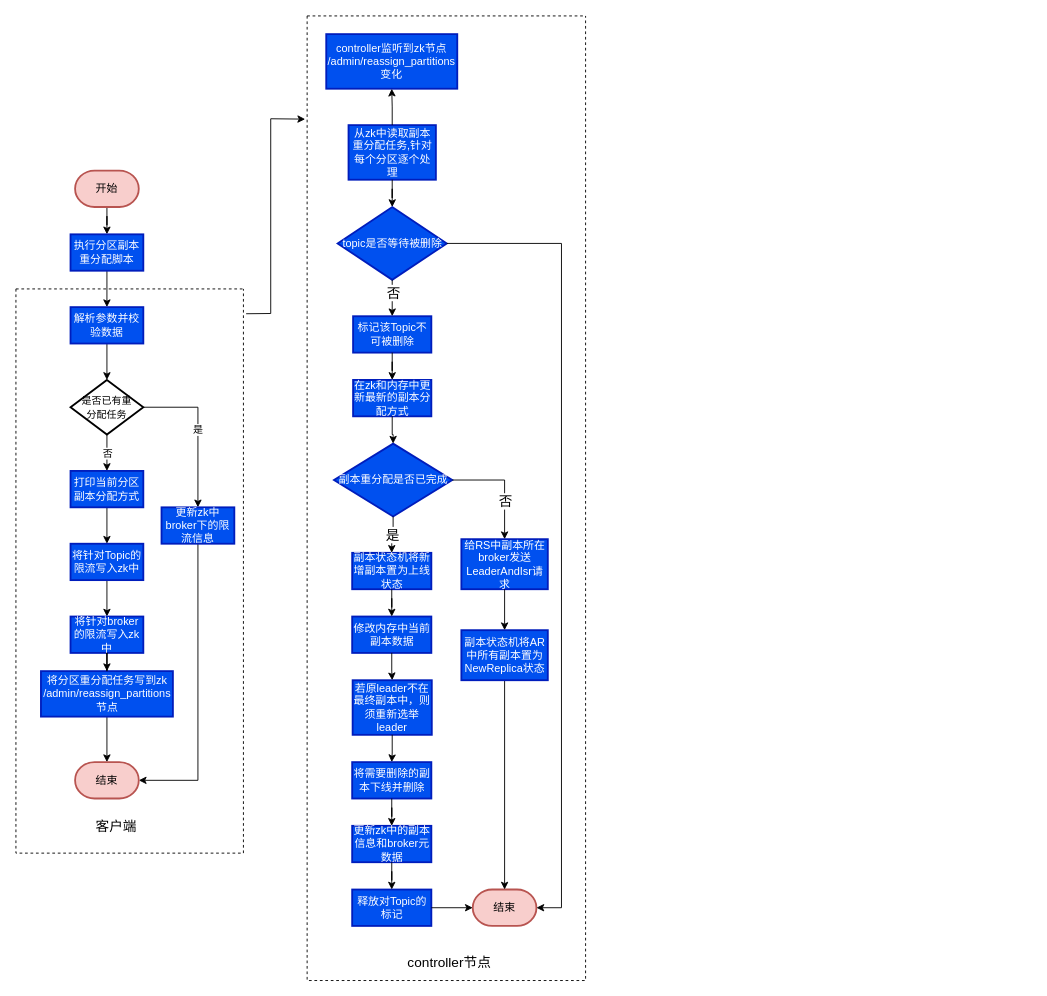
kingdomrushing/hello-world keeps this draw.io diagram as Kafka副本重分配流程图.drawio. Above is the earlier version. Source tidied: cells renumbered, new cells numbered last; positions are measured from the earlier drawing's top-left corner, leaving out a move shared by most shapes. Both pictures are drawn from the tidied source at 91%, with x=0, y=0 at pixel (15, 15).
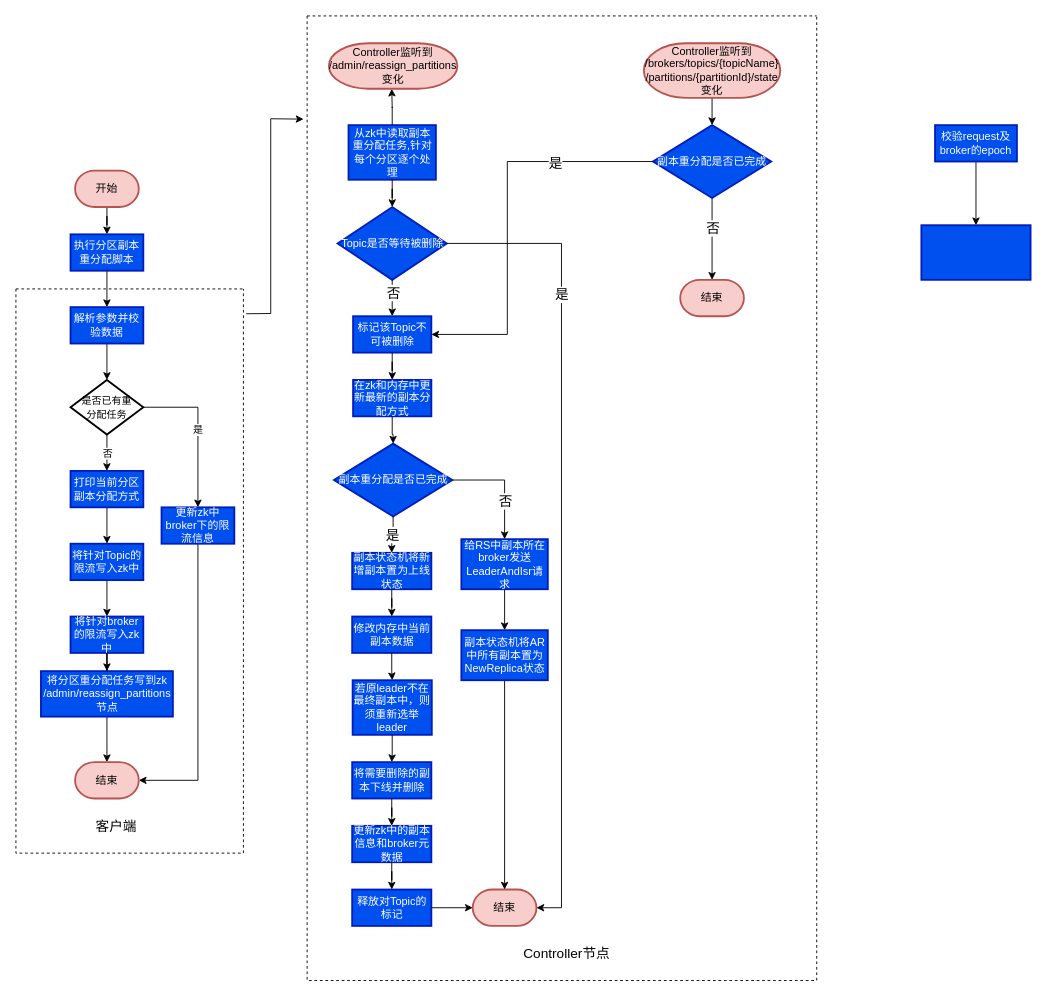
The same page after the edit.

Commit message:
更新Kafka副本重分配流程图.drawio

The change refers to these unchanged cells:
```xml
<mxCell id="27" style="group;" parent="26" vertex="1">
  <mxGeometry x="21" y="20" width="258.5" height="980" as="geometry" />
</mxCell>
<mxCell id="28" value="从zk中读取副本重分配任务,针对每个分区逐个处理" style="whiteSpace=wrap;html=1;fillColor=#0050ef;strokeColor=#001DBC;strokeWidth=2;fontColor=#ffffff;" parent="27" vertex="1">
  <mxGeometry x="24.5" y="100" width="96" height="60" as="geometry" />
</mxCell>
<mxCell id="31" value="标记该Topic不可被删除" style="whiteSpace=wrap;html=1;fillColor=#0050ef;strokeColor=#001DBC;fontColor=#ffffff;strokeWidth=2;" parent="27" vertex="1">
  <mxGeometry x="29.5" y="310" width="86" height="40" as="geometry" />
</mxCell>
<mxCell id="51" style="edgeStyle=orthogonalEdgeStyle;rounded=0;jettySize=auto;html=1;fontSize=15;entryX=1;entryY=0.5;entryDx=0;entryDy=0;entryPerimeter=0;" parent="27" edge="1" source="29" target="50">
  <mxGeometry relative="1" as="geometry">
    <Array as="points">
      <mxPoint x="258.5" y="230" />
      <mxPoint x="258.5" y="960" />
    </Array>
  </mxGeometry>
</mxCell>
```

Diff of the diagram source:
```diff
@@
     <mxCell id="26" style="group;" parent="1" vertex="1">
-      <mxGeometry x="320" width="306" height="1060" as="geometry" />
+      <mxGeometry x="320" width="620" height="1060" as="geometry" />
     </mxCell>
@@
-    <mxCell id="29" value="topic是否等待被删除" style="rhombus;whiteSpace=wrap;html=1;fillColor=#0050ef;strokeColor=#001DBC;fontColor=#ffffff;strokeWidth=2;" parent="27" vertex="1">
+    <mxCell id="29" value="Topic是否等待被删除" style="rhombus;whiteSpace=wrap;html=1;fillColor=#0050ef;strokeColor=#001DBC;fontColor=#ffffff;strokeWidth=2;" parent="27" vertex="1">
       <mxGeometry x="12.5" y="190" width="120" height="80" as="geometry" />
     </mxCell>
@@
+    <mxCell id="64" value="是" style="edgeLabel;html=1;align=center;verticalAlign=middle;fontSize=15;" parent="51" vertex="1">
+      <mxGeometry x="-0.59" y="2" relative="1" as="geometry">
+        <mxPoint x="-2" as="offset" />
+      </mxGeometry>
+    </mxCell>
@@
-    <mxCell id="59" value="controller监听到zk节点&lt;br&gt;/admin/reassign_partitions&lt;br&gt;变化" style="whiteSpace=wrap;html=1;fillColor=#0050ef;strokeColor=#001DBC;strokeWidth=2;fontColor=#ffffff;" parent="27" vertex="1">
-      <mxGeometry width="144" height="60" as="geometry" />
-    </mxCell>
-    <mxCell id="60" style="edgeStyle=orthogonalEdgeStyle;rounded=0;jettySize=auto;html=1;fontSize=15;" parent="27" edge="1" source="28" target="59">
-      <mxGeometry relative="1" as="geometry" />
+    <mxCell id="60" style="edgeStyle=orthogonalEdgeStyle;rounded=0;jettySize=auto;html=1;fontSize=15;" parent="27" edge="1" source="28">
+      <mxGeometry relative="1" as="geometry">
+        <mxPoint x="72" y="60" as="targetPoint" />
+      </mxGeometry>
     </mxCell>
+    <mxCell id="65" value="Controller监听到&lt;br&gt;/admin/reassign_partitions变化" style="strokeWidth=2;html=1;shape=mxgraph.flowchart.terminator;whiteSpace=wrap;fillColor=#f8cecc;strokeColor=#b85450;" parent="27" vertex="1">
+      <mxGeometry x="2.9" y="10" width="141.2" height="50" as="geometry" />
+    </mxCell>
     <mxCell id="61" style="swimlane;startSize=0;dashed=1;fontSize=15;fillColor=#007FFF;" parent="26" vertex="1">
-      <mxGeometry width="306" height="1060" as="geometry" />
+      <mxGeometry width="560" height="1060" as="geometry" />
     </mxCell>
+    <mxCell id="66" style="edgeStyle=orthogonalEdgeStyle;rounded=0;jettySize=auto;html=1;fontSize=15;" parent="61" edge="1" source="67">
+      <mxGeometry relative="1" as="geometry">
+        <mxPoint x="445" y="120" as="targetPoint" />
+      </mxGeometry>
+    </mxCell>
+    <mxCell id="67" value="Controller监听到&lt;br&gt;/brokers/topics/{topicName}&lt;br&gt;/partitions/{partitionId}/state变化" style="strokeWidth=2;html=1;shape=mxgraph.flowchart.terminator;whiteSpace=wrap;fillColor=#f8cecc;strokeColor=#b85450;" parent="61" vertex="1">
+      <mxGeometry x="370" y="30" width="150" height="60" as="geometry" />
+    </mxCell>
+    <mxCell id="68" style="edgeStyle=orthogonalEdgeStyle;rounded=0;jettySize=auto;html=1;fontSize=15;" parent="61" edge="1" source="70">
+      <mxGeometry relative="1" as="geometry">
+        <mxPoint x="445" y="290" as="targetPoint" />
+      </mxGeometry>
+    </mxCell>
+    <mxCell id="69" value="否" style="edgeLabel;html=1;align=center;verticalAlign=middle;fontSize=15;" parent="68" vertex="1">
+      <mxGeometry x="-0.29" relative="1" as="geometry" />
+    </mxCell>
+    <mxCell id="70" value="副本重分配是否已完成" style="rhombus;whiteSpace=wrap;html=1;fillColor=#0050ef;strokeColor=#001DBC;fontColor=#ffffff;strokeWidth=2;" parent="61" vertex="1">
+      <mxGeometry x="380" y="120" width="130" height="80" as="geometry" />
+    </mxCell>
+    <mxCell id="71" value="结束" style="strokeWidth=2;html=1;shape=mxgraph.flowchart.terminator;whiteSpace=wrap;fillColor=#f8cecc;strokeColor=#b85450;" parent="61" vertex="1">
+      <mxGeometry x="410" y="290" width="70" height="40" as="geometry" />
+    </mxCell>
-    <mxCell id="62" value="controller节点" style="text;html=1;align=center;verticalAlign=middle;strokeColor=none;fillColor=none;fontSize=15;" parent="26" vertex="1">
-      <mxGeometry x="101" y="1030" width="110" height="20" as="geometry" />
+    <mxCell id="62" value="Controller节点" style="text;html=1;align=center;verticalAlign=middle;strokeColor=none;fillColor=none;fontSize=15;" parent="61" vertex="1">
+      <mxGeometry x="230" y="1020" width="110" height="20" as="geometry" />
     </mxCell>
+    <mxCell id="72" style="edgeStyle=orthogonalEdgeStyle;rounded=0;jettySize=auto;html=1;fontSize=15;entryX=1;entryY=0.5;entryDx=0;entryDy=0;" parent="26" edge="1" source="70" target="31">
+      <mxGeometry relative="1" as="geometry">
+        <Array as="points">
+          <mxPoint x="220" y="160" />
+          <mxPoint x="220" y="350" />
+        </Array>
+      </mxGeometry>
+    </mxCell>
+    <mxCell id="73" value="是" style="edgeLabel;html=1;align=center;verticalAlign=middle;fontSize=15;" parent="72" vertex="1">
+      <mxGeometry x="-0.5" y="1" relative="1" as="geometry" />
+    </mxCell>
@@
+    <mxCell id="74" style="edgeStyle=orthogonalEdgeStyle;rounded=0;jettySize=auto;html=1;fontSize=15;" parent="1" edge="1" source="75" target="76">
+      <mxGeometry relative="1" as="geometry" />
+    </mxCell>
+    <mxCell id="75" value="校验request及broker的epoch" style="whiteSpace=wrap;html=1;fillColor=#0050ef;strokeColor=#001DBC;strokeWidth=2;fontColor=#ffffff;" parent="1" vertex="1">
+      <mxGeometry x="1010" y="120" width="90" height="40" as="geometry" />
+    </mxCell>
+    <mxCell id="76" style="whiteSpace=wrap;html=1;fillColor=#0050ef;strokeColor=#001DBC;fontColor=#ffffff;strokeWidth=2;" parent="1" vertex="1">
+      <mxGeometry x="995" y="230" width="120" height="60" as="geometry" />
+    </mxCell>
```
